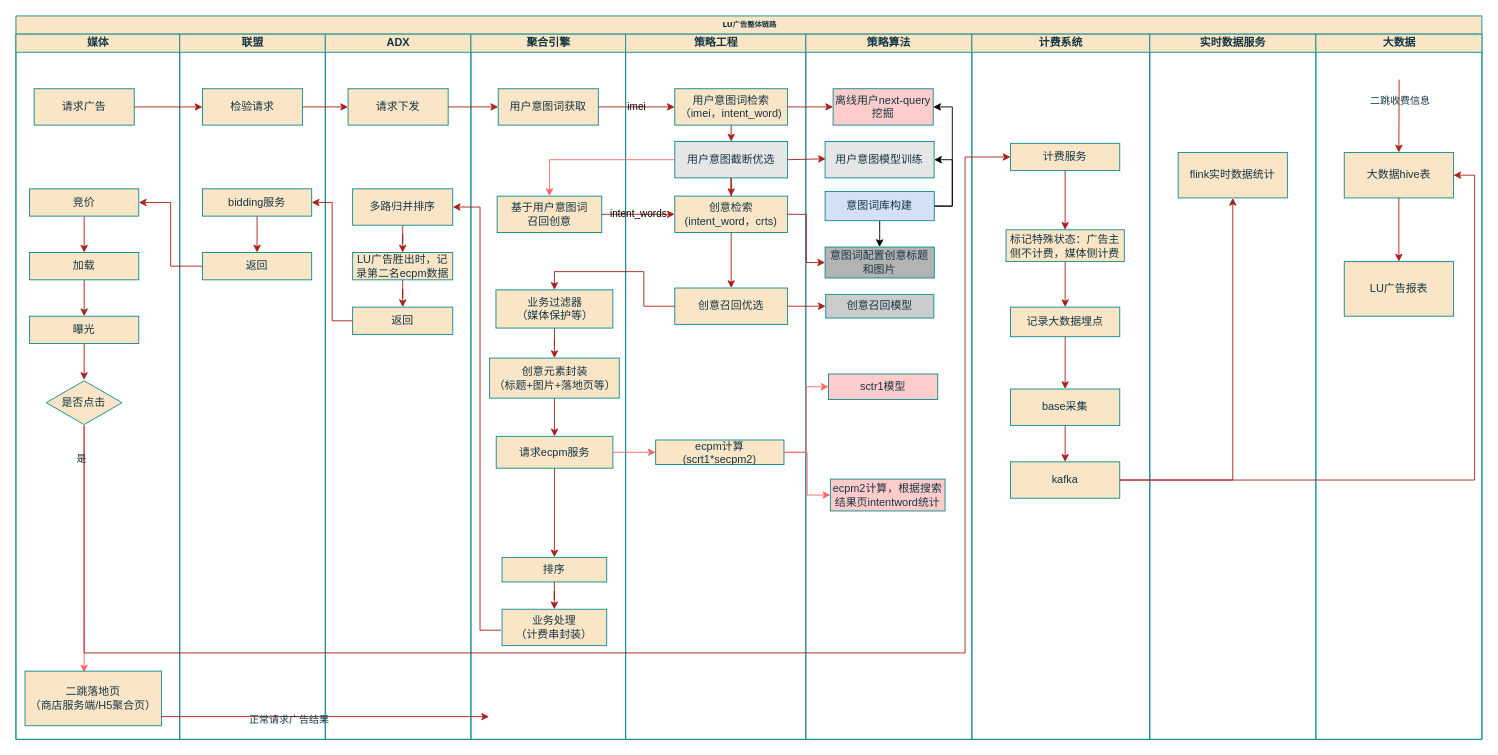
Before: 未命名绘图.drawio in sszhaoGit/colab_test, a draw.io diagram. Source tidied: cells renumbered, new cells numbered last; positions are measured from the earlier drawing's top-left corner, leaving out a move shared by most shapes. Both pictures are drawn from the tidied source at 91%, with x=0, y=0 at pixel (15, 15).
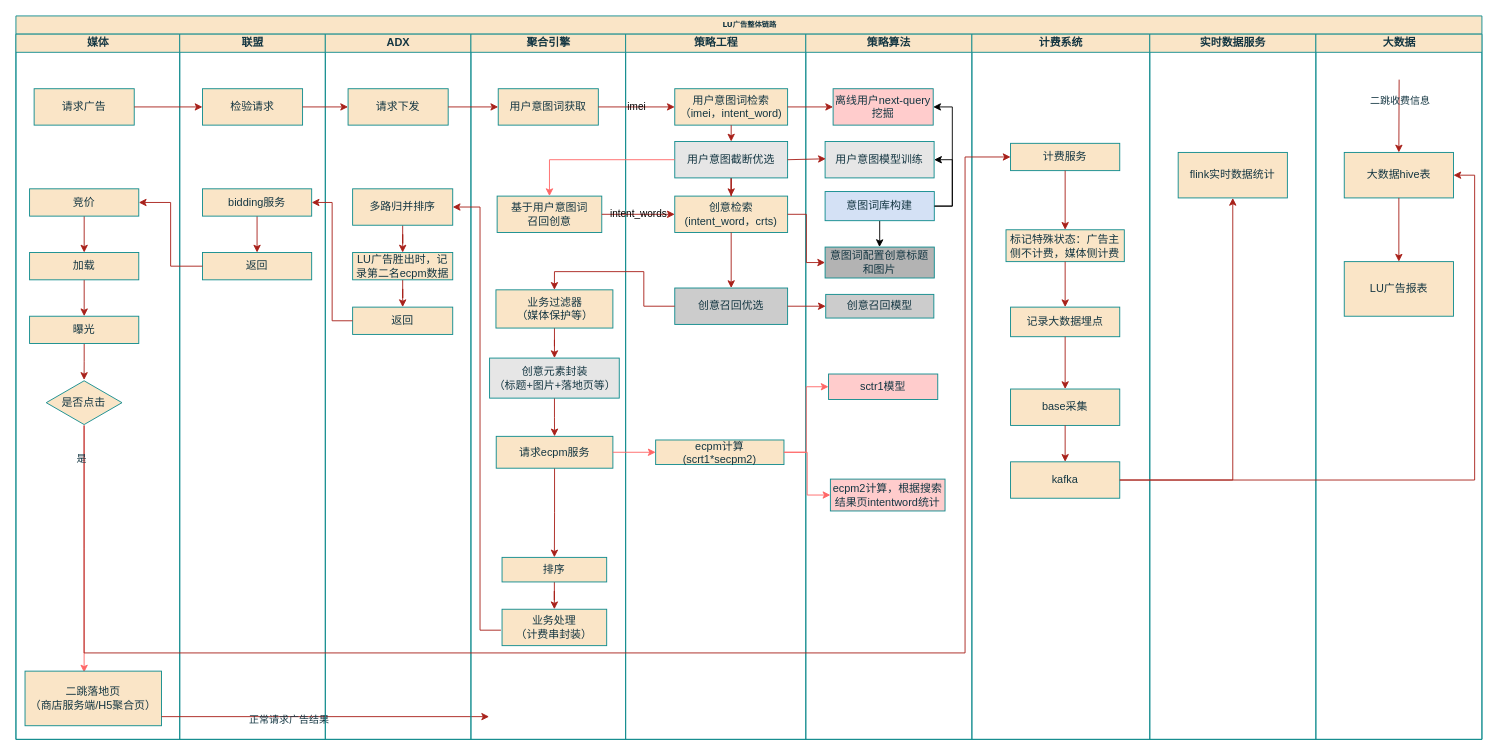
The same page after the edit.

The change refers to these unchanged cells:
```xml
<mxCell id="28" value="聚合引擎" style="swimlane;html=1;startSize=20;fillColor=#FAE5C7;strokeColor=#0F8B8D;fontColor=#143642;labelBackgroundColor=none;" parent="2" vertex="1">
  <mxGeometry x="500" y="20" width="170" height="775" as="geometry" />
</mxCell>
<mxCell id="41" value="策略工程" style="swimlane;html=1;startSize=20;fillColor=#FAE5C7;strokeColor=#0F8B8D;fontColor=#143642;labelBackgroundColor=none;" parent="2" vertex="1">
  <mxGeometry x="670" y="20" width="198" height="775" as="geometry" />
</mxCell>
```

Diff of the diagram source:
```diff
@@
-    <mxCell id="40" value="创意元素封装&lt;br&gt;（标题+图片+落地页等）" style="whiteSpace=wrap;html=1;rounded=0;fillColor=#FAE5C7;strokeColor=#0F8B8D;fontColor=#143642;labelBackgroundColor=none;" parent="28" vertex="1">
+    <mxCell id="40" value="创意元素封装&lt;br&gt;（标题+图片+落地页等）" style="whiteSpace=wrap;html=1;rounded=0;fillColor=#E6E6E6;strokeColor=#0F8B8D;fontColor=#143642;labelBackgroundColor=none;" parent="28" vertex="1">
       <mxGeometry x="20.5" y="356" width="142.5" height="44" as="geometry" />
     </mxCell>
@@
-    <mxCell id="46" value="创意召回优选" style="whiteSpace=wrap;html=1;rounded=0;fillColor=#FAE5C7;strokeColor=#0F8B8D;fontColor=#143642;labelBackgroundColor=none;" parent="41" vertex="1">
+    <mxCell id="46" value="创意召回优选" style="whiteSpace=wrap;html=1;rounded=0;fillColor=#CCCCCC;strokeColor=#0F8B8D;fontColor=#143642;labelBackgroundColor=none;" parent="41" vertex="1">
       <mxGeometry x="54" y="279" width="124" height="40" as="geometry" />
     </mxCell>
```
